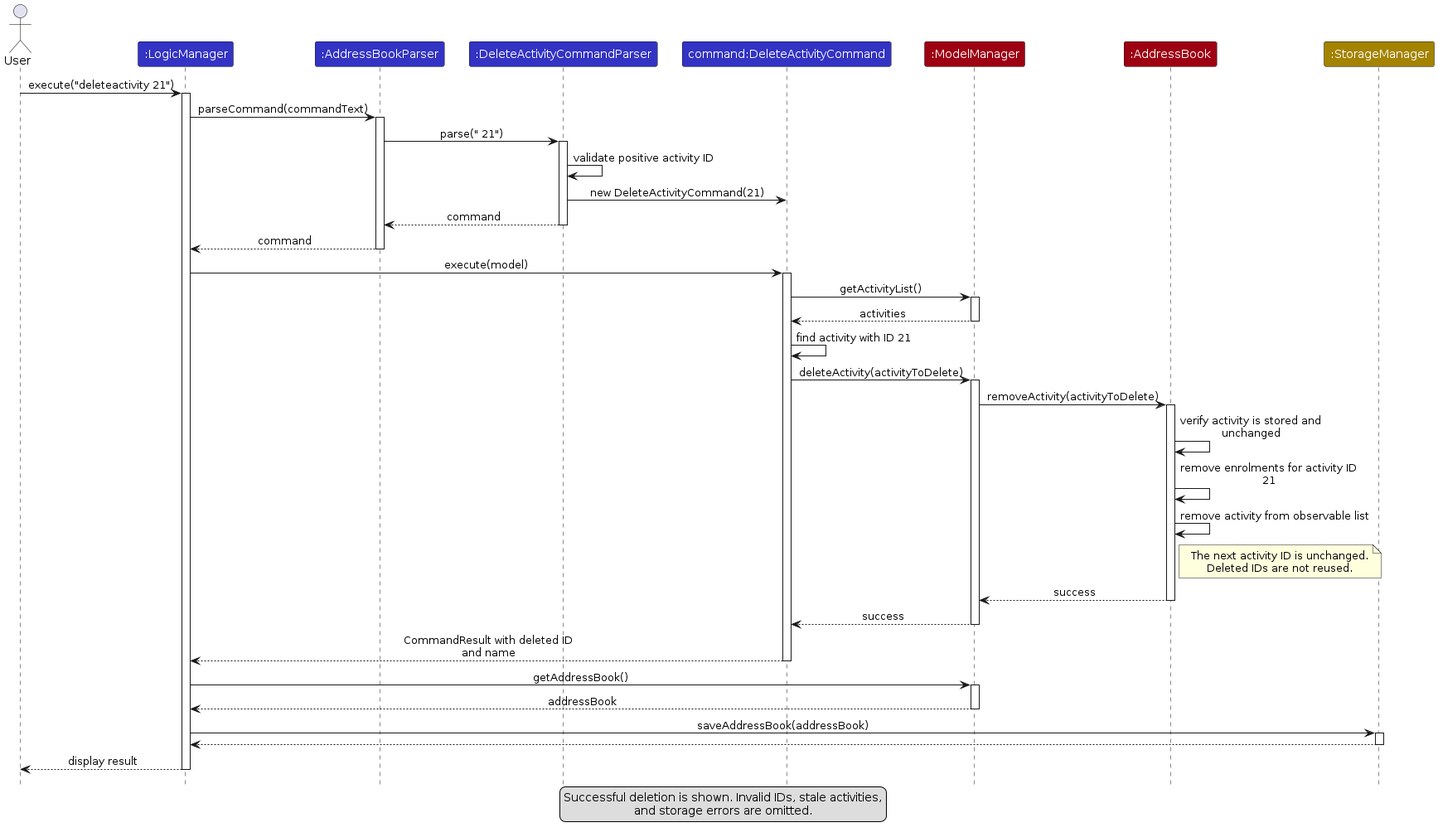
The PlantUML diagram diagrams/DeleteActivitySequenceDiagram.png in AY2627S1-CS2103T-T15-4/tp, before a commit. Its source is kept beside it as diagrams/DeleteActivitySequenceDiagram.puml.
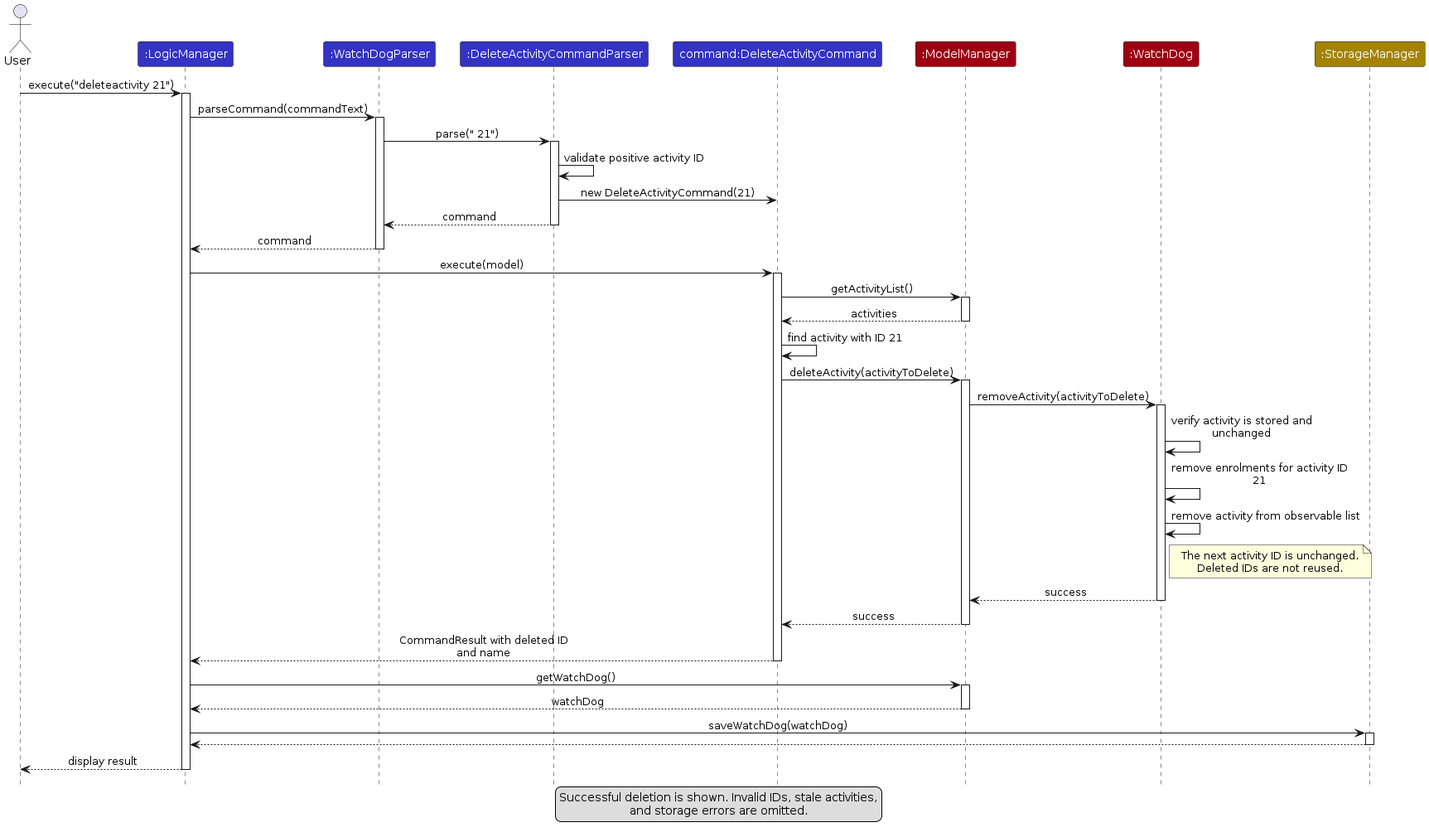
After the commit.

The edit, as a diff of the source:
```diff
@@ -6,11 +6,11 @@
 
 actor User
 participant ":LogicManager" as Logic LOGIC_COLOR
-participant ":AddressBookParser" as Router LOGIC_COLOR
+participant ":WatchDogParser" as Router LOGIC_COLOR
 participant ":DeleteActivityCommandParser" as Parser LOGIC_COLOR
 participant "command:DeleteActivityCommand" as Command LOGIC_COLOR
 participant ":ModelManager" as Model MODEL_COLOR
-participant ":AddressBook" as Book MODEL_COLOR
+participant ":WatchDog" as Book MODEL_COLOR
 participant ":StorageManager" as Storage STORAGE_COLOR
 
 User -> Logic : execute("deleteactivity 21")
@@ -51,11 +51,11 @@
 Command --> Logic : CommandResult with deleted ID and name
 deactivate Command
 
-Logic -> Model : getAddressBook()
+Logic -> Model : getWatchDog()
 activate Model
-Model --> Logic : addressBook
+Model --> Logic : watchDog
 deactivate Model
-Logic -> Storage : saveAddressBook(addressBook)
+Logic -> Storage : saveWatchDog(watchDog)
 activate Storage
 Storage --> Logic
 deactivate Storage
```
